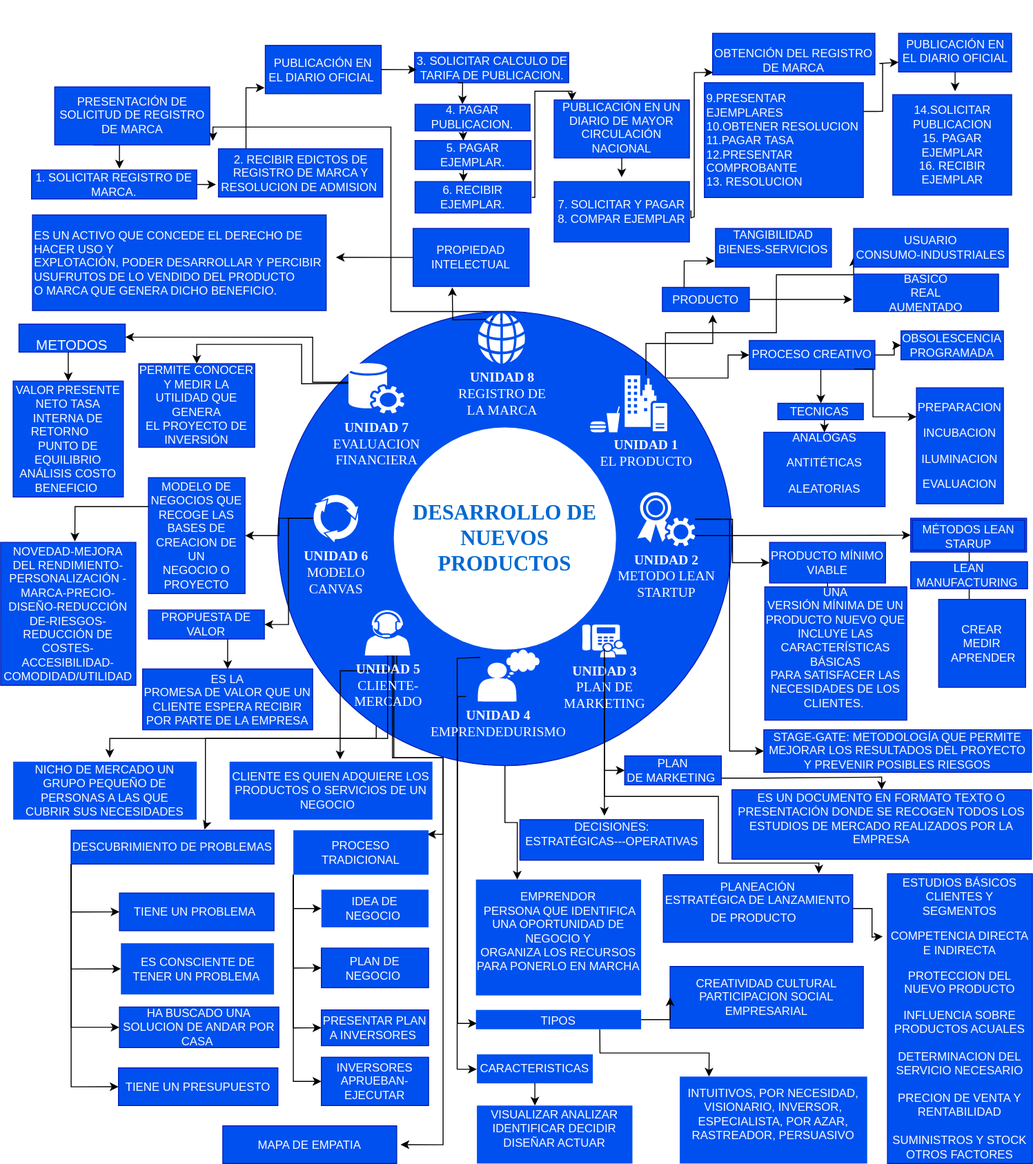
The draw.io diagram user/Diagrama sin título.drawio.svg in fapablo/sistemaescolar, before a commit. Source tidied: cells renumbered, new cells last; positions are measured from the earlier drawing's top-left corner, leaving out a move shared by most shapes.
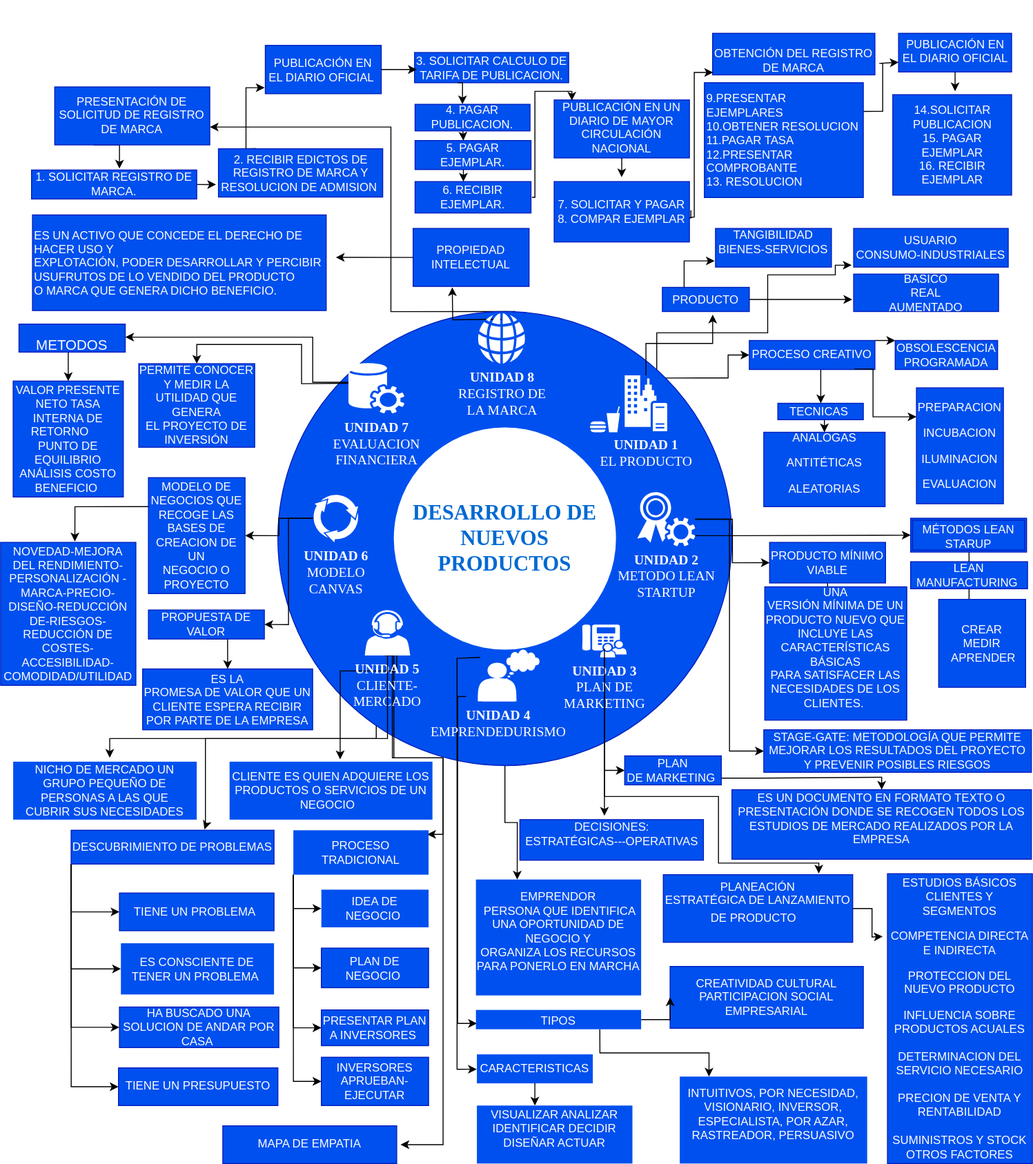
The same file after the commit.

The edit, as a diff of the source:
```diff
@@ -25,7 +25,7 @@
         </Array>
       </mxGeometry>
     </mxCell>
-    <mxCell id="5" style="edgeStyle=orthogonalEdgeStyle;rounded=0;jettySize=auto;html=1;exitX=0.5;exitY=0;exitDx=0;exitDy=0;entryX=1.02;entryY=0.93;entryDx=0;entryDy=0;entryPerimeter=0;" parent="1" edge="1" target="104">
+    <mxCell id="5" style="edgeStyle=orthogonalEdgeStyle;rounded=0;jettySize=auto;html=1;exitX=0.5;exitY=0;exitDx=0;exitDy=0;" parent="1" edge="1" target="104">
       <mxGeometry relative="1" as="geometry">
         <mxPoint x="533" y="288" as="sourcePoint" />
         <Array as="points">
@@ -34,13 +34,16 @@
         </Array>
       </mxGeometry>
     </mxCell>
-    <mxCell id="6" style="edgeStyle=orthogonalEdgeStyle;rounded=0;jettySize=auto;html=1;exitX=1;exitY=0;exitDx=0;exitDy=0;entryX=0;entryY=0.75;entryDx=0;entryDy=0;" parent="1" edge="1" source="7" target="33">
+    <mxCell id="6" style="edgeStyle=orthogonalEdgeStyle;rounded=0;orthogonalLoop=1;jettySize=auto;html=1;exitX=1;exitY=0;exitDx=0;exitDy=0;entryX=0.043;entryY=0.951;entryDx=0;entryDy=0;entryPerimeter=0;" parent="1" edge="1">
       <mxGeometry relative="1" as="geometry">
+        <mxPoint x="679.2" y="356.8" as="sourcePoint" />
+        <mxPoint x="880.9" y="240" as="targetPoint" />
         <Array as="points">
-          <mxPoint x="688" y="310" />
-          <mxPoint x="803" y="310" />
-          <mxPoint x="803" y="250" />
-          <mxPoint x="883" y="250" />
+          <mxPoint x="679" y="310" />
+          <mxPoint x="794" y="310" />
+          <mxPoint x="794" y="250" />
+          <mxPoint x="864" y="250" />
+          <mxPoint x="864" y="240" />
         </Array>
       </mxGeometry>
     </mxCell>
@@ -175,7 +178,7 @@
         </Array>
       </mxGeometry>
     </mxCell>
-    <mxCell id="35" style="edgeStyle=orthogonalEdgeStyle;rounded=0;jettySize=auto;html=1;" parent="1" edge="1" source="36" target="121">
+    <mxCell id="35" style="edgeStyle=orthogonalEdgeStyle;rounded=0;jettySize=auto;html=1;exitX=1;exitY=0;exitDx=0;exitDy=0;entryX=0;entryY=0;entryDx=0;entryDy=0;" parent="1" edge="1" source="36" target="121">
       <mxGeometry relative="1" as="geometry" />
     </mxCell>
     <mxCell id="36" value="&lt;span style=&quot;background-color: initial;&quot;&gt;PROCESO CREATIVO&lt;/span&gt;" style="rounded=0;whiteSpace=wrap;html=1;fillColor=#0050ef;fontColor=#ffffff;strokeColor=#001DBC;" parent="1" vertex="1">
@@ -498,7 +501,7 @@
       </mxGeometry>
     </mxCell>
     <mxCell id="121" value="&lt;span style=&quot;line-height: 107%;&quot;&gt;&lt;font style=&quot;font-size: 12px;&quot;&gt;OBSOLESCENCIA&lt;/font&gt;&lt;br&gt;&lt;font style=&quot;font-size: 12px;&quot;&gt;PROGRAMADA&lt;/font&gt;&lt;/span&gt;&lt;font style=&quot;font-size: 13px;&quot;&gt;&lt;br&gt;&lt;/font&gt;" style="rounded=0;whiteSpace=wrap;html=1;fillColor=#0050ef;strokeColor=#001DBC;fontColor=#ffffff;" parent="1" vertex="1">
-      <mxGeometry x="932" y="308" width="106" height="30" as="geometry" />
+      <mxGeometry x="926" y="318" width="106" height="30" as="geometry" />
     </mxCell>
     <mxCell id="122" value="PRODUCTO" style="whiteSpace=wrap;html=1;align=center;verticalAlign=middle;fillColor=#0050ef;strokeColor=#001DBC;fontColor=#ffffff;" parent="1" vertex="1">
       <mxGeometry x="685" y="263" width="90" height="25" as="geometry" />
```
